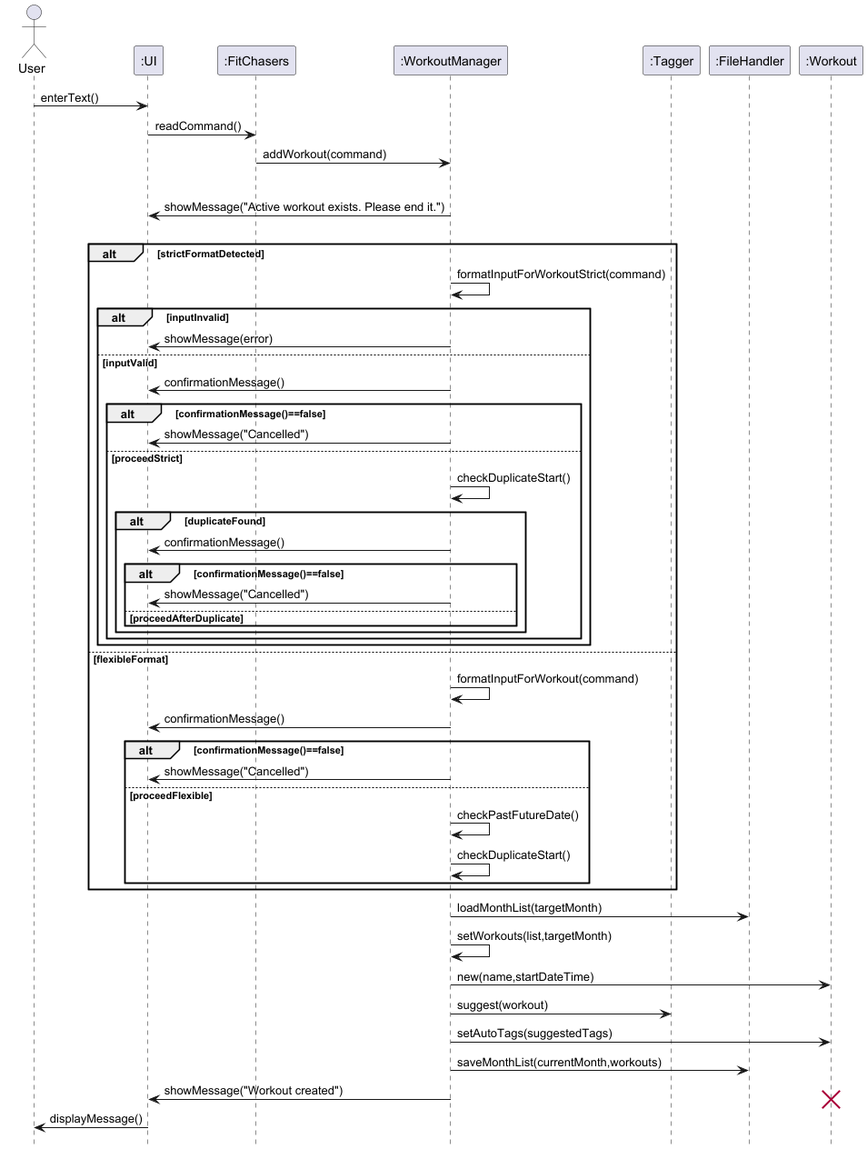
This is docs/diagrams/SD_createw.png from Exceptional-Khoi/tp, a PlantUML export, as it was before one commit.
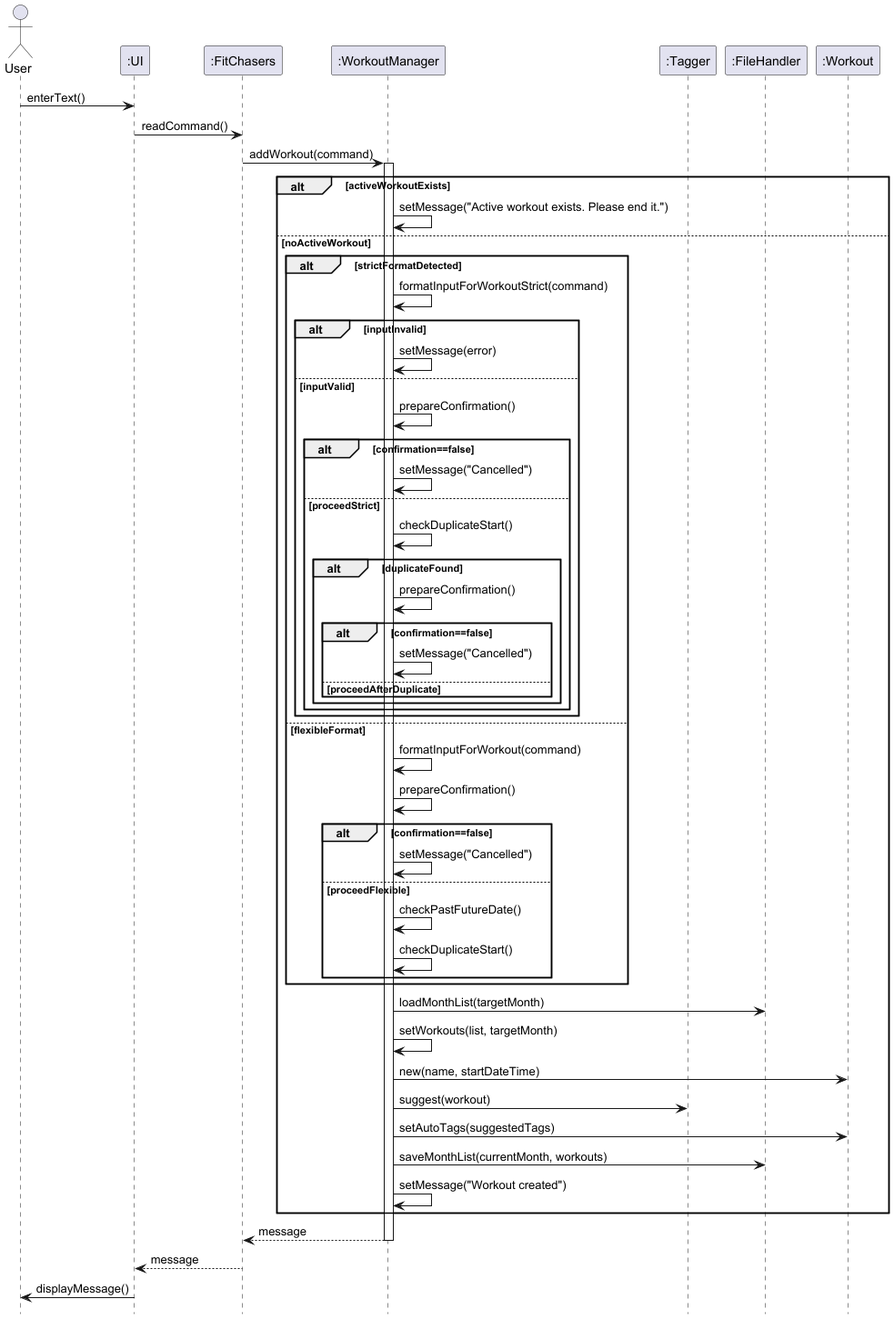
The same file after the commit.

What changed in the source:
```diff
@@ -15,24 +15,25 @@
 User -> UI : enterText()
 UI -> App : readCommand()
 App -> WM : addWorkout(command)
+activate WM
 
 alt activeWorkoutExists
-  WM -> UI : showMessage("Active workout exists. Please end it.")
+  WM -> WM : setMessage("Active workout exists. Please end it.")
 else noActiveWorkout
   alt strictFormatDetected
     WM -> WM : formatInputForWorkoutStrict(command)
     alt inputInvalid
-      WM -> UI : showMessage(error)
+      WM -> WM : setMessage(error)
     else inputValid
-      WM -> UI : confirmationMessage()
-      alt confirmationMessage()==false
-        WM -> UI : showMessage("Cancelled")
+      WM -> WM : prepareConfirmation()
+      alt confirmation==false
+        WM -> WM : setMessage("Cancelled")
       else proceedStrict
         WM -> WM : checkDuplicateStart()
         alt duplicateFound
-          WM -> UI : confirmationMessage()
-          alt confirmationMessage()==false
-            WM -> UI : showMessage("Cancelled")
+          WM -> WM : prepareConfirmation()
+          alt confirmation==false
+            WM -> WM : setMessage("Cancelled")
           else proceedAfterDuplicate
           end
         end
@@ -40,24 +41,27 @@
     end
   else flexibleFormat
     WM -> WM : formatInputForWorkout(command)
-    WM -> UI : confirmationMessage()
-    alt confirmationMessage()==false
-      WM -> UI : showMessage("Cancelled")
+    WM -> WM : prepareConfirmation()
+    alt confirmation==false
+      WM -> WM : setMessage("Cancelled")
     else proceedFlexible
       WM -> WM : checkPastFutureDate()
       WM -> WM : checkDuplicateStart()
     end
   end
 
-WM -> FH : loadMonthList(targetMonth)
-WM -> WM : setWorkouts(list,targetMonth)
-WM -> W : new(name,startDateTime)
-WM -> Tagger : suggest(workout)
-WM -> W : setAutoTags(suggestedTags)
-WM -> FH : saveMonthList(currentMonth,workouts)
-WM -> UI : showMessage("Workout created")
+  WM -> FH : loadMonthList(targetMonth)
+  WM -> WM : setWorkouts(list, targetMonth)
+  WM -> W : new(name, startDateTime)
+  WM -> Tagger : suggest(workout)
+  WM -> W : setAutoTags(suggestedTags)
+  WM -> FH : saveMonthList(currentMonth, workouts)
+  WM -> WM : setMessage("Workout created")
+end
 
-destroy W
+WM --> App : message
+deactivate WM
 
+App --> UI : message
 UI -> User : displayMessage()
 @enduml
```
